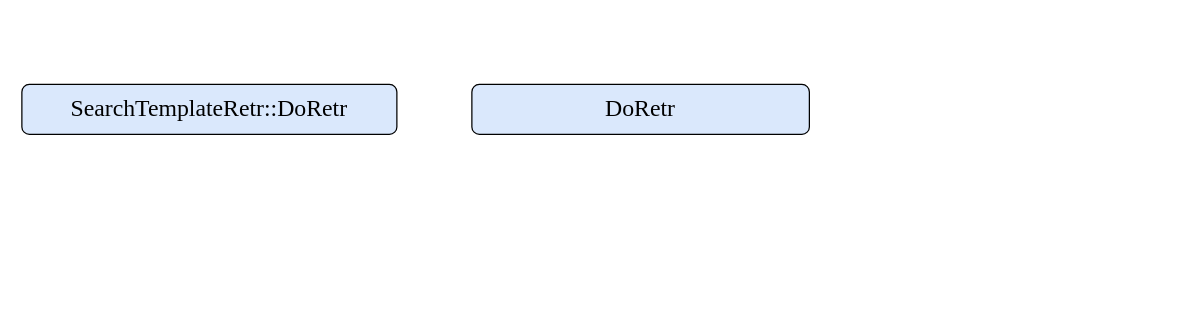
This is 251105.drawio from limpid-11/drawio, a draw.io file, before an edit. Source tidied: cells renumbered, new cells numbered last; positions are measured from the earlier drawing's top-left corner, leaving out a move shared by most shapes. Both pictures are drawn from the tidied source at 125%, with x=0, y=0 at pixel (21, 84).
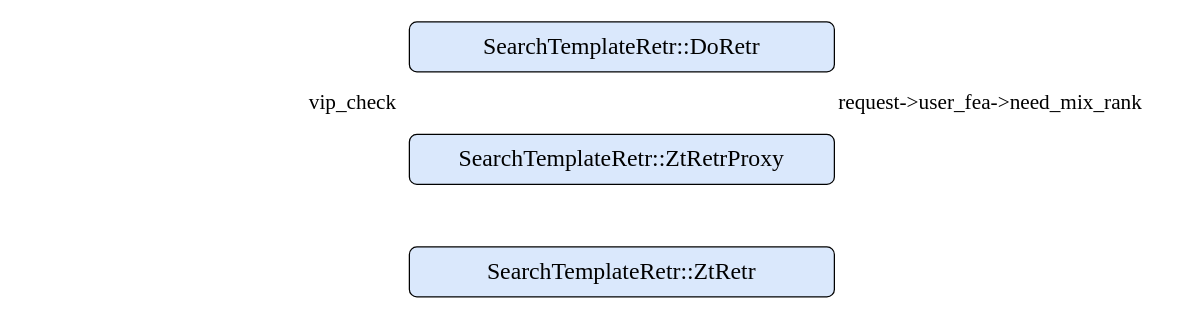
After the change.

What changed in the source:
```diff
@@
 <mxGraphModel>
   <root>
     <mxCell id="0" />
     <mxCell id="1" parent="0" />
     <mxCell id="2" value="SearchTemplateRetr::DoRetr" style="rounded=1;whiteSpace=wrap;html=1;fontFamily=Times New Roman;fontSize=19;fillColor=#dae8fc;strokeColor=#000000;" parent="1" vertex="1">
-      <mxGeometry width="300" height="40" as="geometry" />
+      <mxGeometry x="310" y="-50" width="340" height="40" as="geometry" />
     </mxCell>
-    <mxCell id="3" value="DoRetr" style="rounded=1;whiteSpace=wrap;html=1;fontFamily=Times New Roman;fontSize=19;fillColor=#dae8fc;strokeColor=#000000;" parent="1" vertex="1">
-      <mxGeometry x="360" width="270" height="40" as="geometry" />
+    <mxCell id="3" value="SearchTemplateRetr::ZtRetrProxy" style="rounded=1;whiteSpace=wrap;html=1;fontFamily=Times New Roman;fontSize=19;fillColor=#dae8fc;strokeColor=#000000;" parent="1" vertex="1">
+      <mxGeometry x="310" y="40" width="340" height="40" as="geometry" />
     </mxCell>
+    <mxCell id="4" value="&lt;span style=&quot;font-size: 17px; text-align: left; white-space: pre;&quot;&gt;request&lt;/span&gt;&lt;span style=&quot;font-size: 17px; text-align: left; white-space: pre;&quot;&gt;-&amp;gt;&lt;/span&gt;&lt;span style=&quot;font-size: 17px; text-align: left; white-space: pre;&quot;&gt;user_fea&lt;/span&gt;&lt;span style=&quot;font-size: 17px; text-align: left; white-space: pre;&quot;&gt;-&amp;gt;&lt;/span&gt;&lt;span style=&quot;font-size: 17px; text-align: left; white-space: pre;&quot;&gt;need_mix_rank&lt;/span&gt;" style="text;html=1;whiteSpace=wrap;strokeColor=none;fillColor=none;align=center;verticalAlign=middle;rounded=0;fontFamily=Times New Roman;fontColor=#000000;labelBorderColor=none;labelBackgroundColor=default;" parent="1" vertex="1">
+      <mxGeometry x="640" y="-5" width="270" height="40" as="geometry" />
+    </mxCell>
+    <mxCell id="5" value="&lt;span style=&quot;text-align: left;&quot;&gt;&lt;span style=&quot;font-size: 17px; white-space: pre;&quot;&gt;vip_check&lt;/span&gt;&lt;/span&gt;" style="text;html=1;whiteSpace=wrap;strokeColor=none;fillColor=none;align=center;verticalAlign=middle;rounded=0;fontFamily=Times New Roman;fontColor=#000000;labelBorderColor=none;labelBackgroundColor=default;" parent="1" vertex="1">
+      <mxGeometry x="200" y="-10" width="130" height="50" as="geometry" />
+    </mxCell>
+    <mxCell id="6" value="SearchTemplateRetr::ZtRetr" style="rounded=1;whiteSpace=wrap;html=1;fontFamily=Times New Roman;fontSize=19;fillColor=#dae8fc;strokeColor=#000000;" parent="1" vertex="1">
+      <mxGeometry x="310" y="130" width="340" height="40" as="geometry" />
+    </mxCell>
   </root>
 </mxGraphModel>
```
